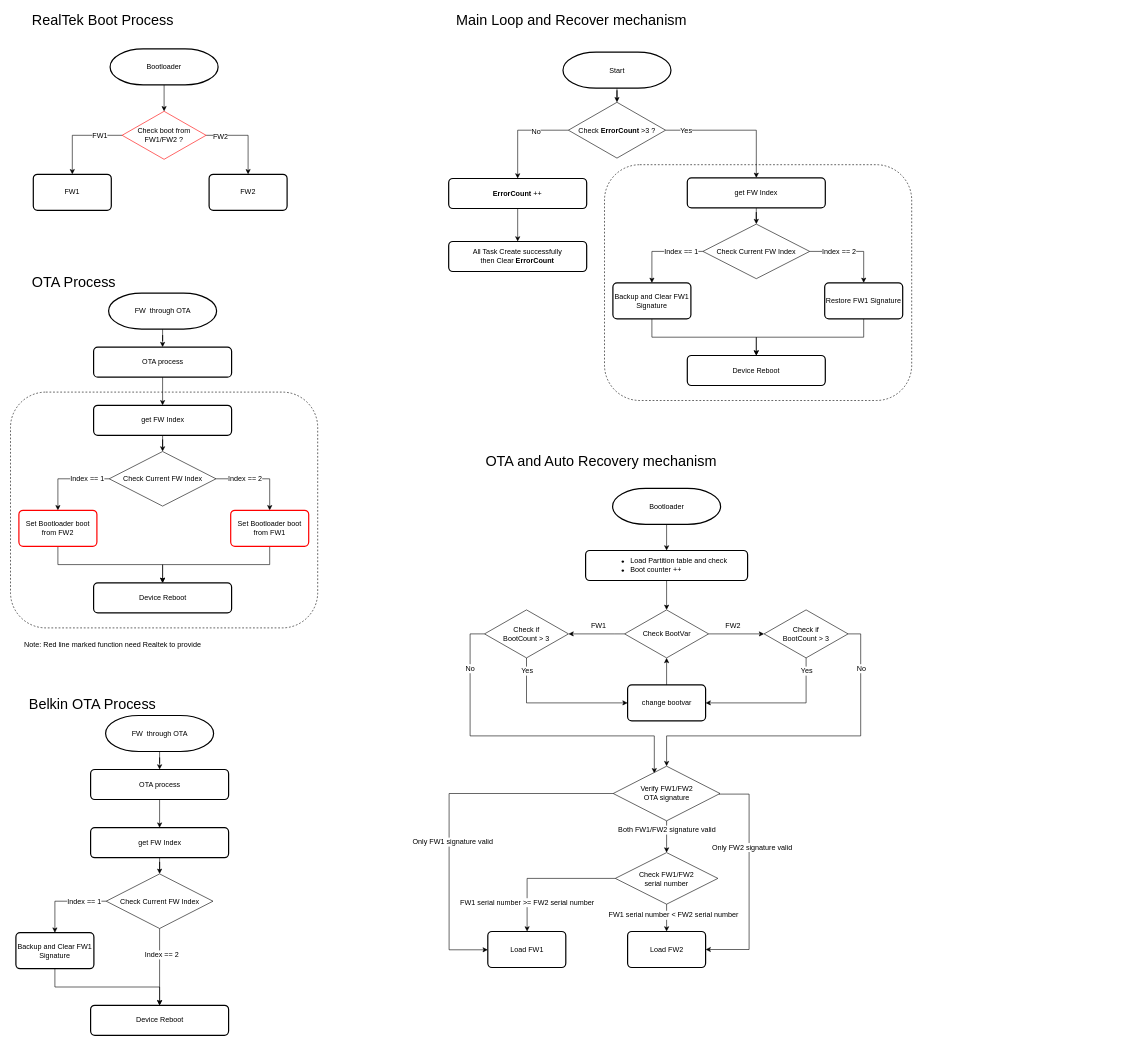
Above: AutoRecovery.drawio in starbuckslatte/starbuckslatte.github.io (draw.io), before the change. Source tidied: cells renumbered, new cells numbered last; positions are measured from the earlier drawing's top-left corner, leaving out a move shared by most shapes. Both pictures are drawn from the tidied source at 60%, with x=0, y=0 at pixel (10, 10).
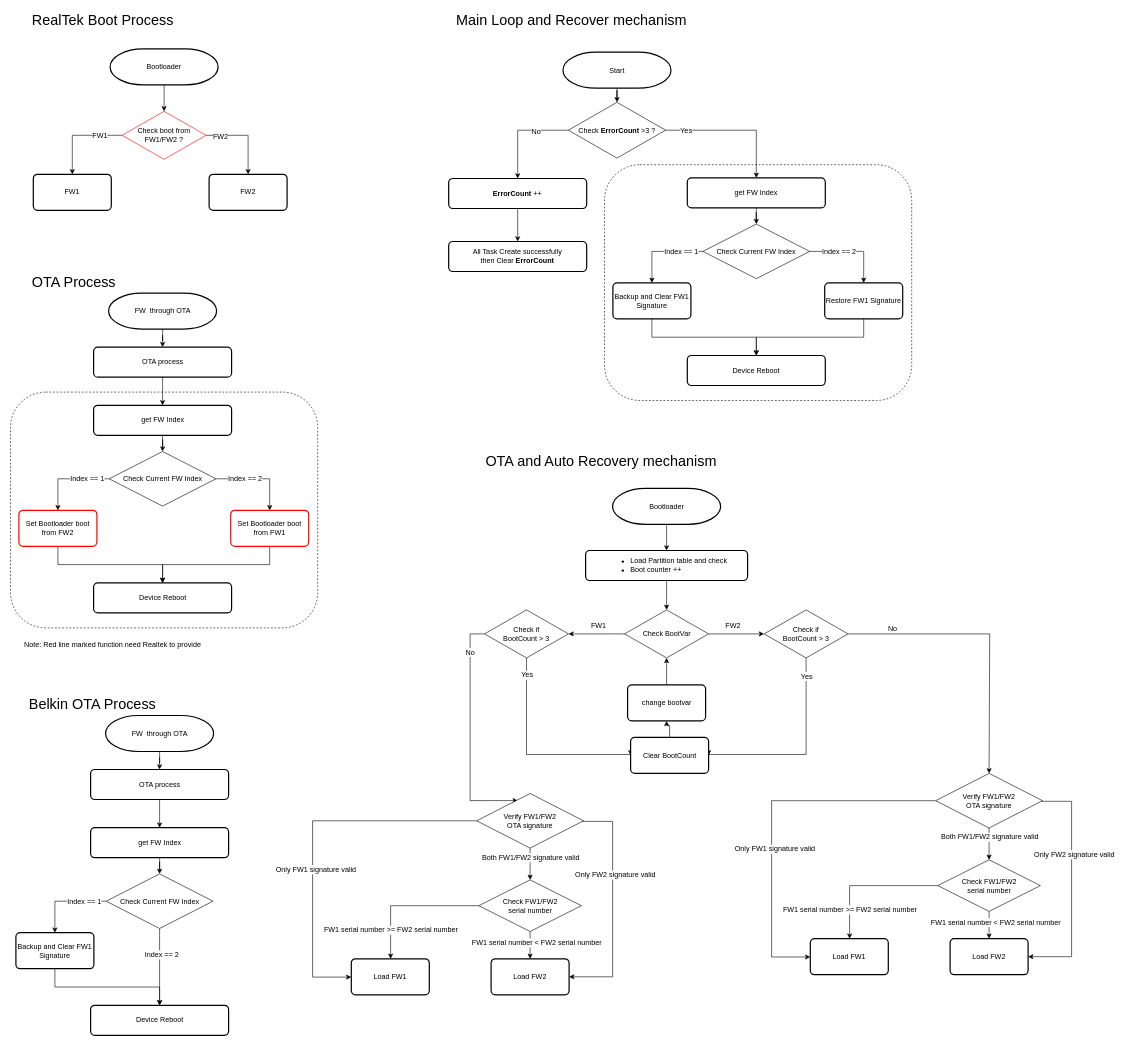
Above is the later version.

Unchanged cells that the change refers to:
```xml
<mxCell id="80" value="&lt;div&gt;Check if &lt;br&gt;&lt;/div&gt;&lt;div&gt;BootCount &amp;gt; 3&lt;br&gt;&lt;/div&gt;" style="rhombus;whiteSpace=wrap;html=1;strokeColor=#000000;" parent="1" vertex="1">
  <mxGeometry x="790" y="999" width="140" height="80" as="geometry" />
</mxCell>
<mxCell id="88" value="&lt;div&gt;Check if &lt;br&gt;&lt;/div&gt;&lt;div&gt;BootCount &amp;gt; 3&lt;br&gt;&lt;/div&gt;" style="rhombus;whiteSpace=wrap;html=1;strokeColor=#000000;" parent="1" vertex="1">
  <mxGeometry x="1256" y="999" width="140" height="80" as="geometry" />
</mxCell>
<mxCell id="106" value="change bootvar" style="rounded=1;whiteSpace=wrap;html=1;absoluteArcSize=1;arcSize=14;strokeWidth=2;strokeColor=#000000;flipV=0;" parent="1" vertex="1">
  <mxGeometry x="1028.5" y="1124" width="130" height="60" as="geometry" />
</mxCell>
```

Diff of the diagram source:
```diff
@@
-    <mxCell id="76" style="edgeStyle=orthogonalEdgeStyle;rounded=0;jettySize=auto;html=1;entryX=0;entryY=0.5;entryDx=0;entryDy=0;" parent="1" edge="1" source="80" target="106">
+    <mxCell id="76" style="edgeStyle=orthogonalEdgeStyle;rounded=0;jettySize=auto;html=1;entryX=0;entryY=0.5;entryDx=0;entryDy=0;" parent="1" edge="1" source="80" target="122">
       <mxGeometry relative="1" as="geometry">
         <Array as="points">
-          <mxPoint x="860" y="1154" />
+          <mxPoint x="860" y="1240" />
+          <mxPoint x="1033" y="1240" />
         </Array>
       </mxGeometry>
     </mxCell>
@@
     <mxCell id="78" style="edgeStyle=orthogonalEdgeStyle;rounded=0;jettySize=auto;html=1;entryX=0.385;entryY=0.13;entryDx=0;entryDy=0;entryPerimeter=0;" parent="1" edge="1" source="80" target="97">
       <mxGeometry relative="1" as="geometry">
         <Array as="points">
           <mxPoint x="766" y="1039" />
-          <mxPoint x="766" y="1209" />
-          <mxPoint x="1073" y="1209" />
+          <mxPoint x="766" y="1316" />
         </Array>
       </mxGeometry>
     </mxCell>
@@
-    <mxCell id="84" style="edgeStyle=orthogonalEdgeStyle;rounded=0;jettySize=auto;html=1;entryX=1;entryY=0.5;entryDx=0;entryDy=0;" parent="1" edge="1" source="88" target="106">
+    <mxCell id="84" style="edgeStyle=orthogonalEdgeStyle;rounded=0;jettySize=auto;html=1;entryX=1;entryY=0.5;entryDx=0;entryDy=0;" parent="1" edge="1" source="88" target="122">
       <mxGeometry relative="1" as="geometry">
         <Array as="points">
-          <mxPoint x="1326" y="1154" />
+          <mxPoint x="1326" y="1240" />
+          <mxPoint x="1164" y="1240" />
         </Array>
       </mxGeometry>
     </mxCell>
@@
-    <mxCell id="86" style="edgeStyle=orthogonalEdgeStyle;rounded=0;jettySize=auto;html=1;entryX=0.5;entryY=0;entryDx=0;entryDy=0;" parent="1" edge="1" source="88" target="97">
+    <mxCell id="86" style="edgeStyle=orthogonalEdgeStyle;rounded=0;jettySize=auto;html=1;entryX=0.5;entryY=0;entryDx=0;entryDy=0;" parent="1" edge="1" source="88" target="113">
       <mxGeometry relative="1" as="geometry">
         <Array as="points">
-          <mxPoint x="1417" y="1039" />
-          <mxPoint x="1417" y="1209" />
-          <mxPoint x="1094" y="1209" />
+          <mxPoint x="1632" y="1039" />
         </Array>
       </mxGeometry>
     </mxCell>
@@
     <mxCell id="91" value="Load FW1" style="rounded=1;whiteSpace=wrap;html=1;absoluteArcSize=1;arcSize=14;strokeWidth=2;strokeColor=#000000;" parent="1" vertex="1">
-      <mxGeometry x="795.5" y="1535" width="130" height="60" as="geometry" />
+      <mxGeometry x="568" y="1580.5" width="130" height="60" as="geometry" />
     </mxCell>
     <mxCell id="92" style="edgeStyle=orthogonalEdgeStyle;rounded=0;jettySize=auto;html=1;" parent="1" edge="1" source="97" target="91">
       <mxGeometry relative="1" as="geometry">
         <Array as="points">
-          <mxPoint x="731" y="1305.5" />
-          <mxPoint x="731" y="1565.5" />
+          <mxPoint x="503.5" y="1351" />
+          <mxPoint x="503.5" y="1611" />
         </Array>
       </mxGeometry>
     </mxCell>
@@
     <mxCell id="94" style="edgeStyle=orthogonalEdgeStyle;rounded=0;jettySize=auto;html=1;entryX=1;entryY=0.5;entryDx=0;entryDy=0;" parent="1" edge="1" source="97" target="101">
       <mxGeometry relative="1" as="geometry">
         <Array as="points">
-          <mxPoint x="1231" y="1306" />
-          <mxPoint x="1231" y="1565" />
+          <mxPoint x="1003.5" y="1351.5" />
+          <mxPoint x="1003.5" y="1610.5" />
         </Array>
       </mxGeometry>
     </mxCell>
@@
     <mxCell id="96" style="edgeStyle=orthogonalEdgeStyle;rounded=0;jettySize=auto;html=1;entryX=0.5;entryY=0;entryDx=0;entryDy=0;" parent="1" edge="1" source="97" target="100">
       <mxGeometry relative="1" as="geometry">
         <Array as="points">
-          <mxPoint x="1094" y="1393.5" />
+          <mxPoint x="866.5" y="1439" />
         </Array>
       </mxGeometry>
     </mxCell>
     <mxCell id="97" value="&lt;div&gt;Verify FW1/FW2&lt;/div&gt;&lt;div&gt;OTA signature&lt;br&gt;&lt;/div&gt;" style="rhombus;whiteSpace=wrap;html=1;flipV=0;" parent="1" vertex="1">
-      <mxGeometry x="1004.5" y="1259.5" width="178" height="91" as="geometry" />
+      <mxGeometry x="777" y="1305" width="178" height="91" as="geometry" />
     </mxCell>
     <mxCell id="98" style="edgeStyle=orthogonalEdgeStyle;rounded=0;jettySize=auto;html=1;" parent="1" edge="1" source="100" target="101">
       <mxGeometry relative="1" as="geometry">
         <Array as="points">
-          <mxPoint x="1094" y="1505.5" />
-          <mxPoint x="1094" y="1505.5" />
+          <mxPoint x="866.5" y="1551" />
+          <mxPoint x="866.5" y="1551" />
         </Array>
       </mxGeometry>
     </mxCell>
     <mxCell id="99" style="edgeStyle=orthogonalEdgeStyle;rounded=0;jettySize=auto;html=1;" parent="1" edge="1" source="100" target="91">
       <mxGeometry relative="1" as="geometry">
         <Array as="points">
-          <mxPoint x="861" y="1446.5" />
+          <mxPoint x="633.5" y="1492" />
         </Array>
       </mxGeometry>
     </mxCell>
     <mxCell id="100" value="&lt;div&gt;Check FW1/FW2&lt;/div&gt;&lt;div&gt;serial number&lt;br&gt;&lt;/div&gt;" style="rhombus;whiteSpace=wrap;html=1;strokeColor=#000000;flipV=0;" parent="1" vertex="1">
-      <mxGeometry x="1008" y="1403.5" width="171" height="86" as="geometry" />
+      <mxGeometry x="780.5" y="1449" width="171" height="86" as="geometry" />
     </mxCell>
     <mxCell id="101" value="Load FW2" style="rounded=1;whiteSpace=wrap;html=1;absoluteArcSize=1;arcSize=14;strokeWidth=2;strokeColor=#000000;flipV=0;" parent="1" vertex="1">
-      <mxGeometry x="1028.5" y="1535" width="130" height="60" as="geometry" />
+      <mxGeometry x="801" y="1580.5" width="130" height="60" as="geometry" />
     </mxCell>
     <mxCell id="102" value="Both FW1/FW2 signature valid" style="text;html=1;align=center;verticalAlign=middle;labelBackgroundColor=#ffffff;" parent="1" vertex="1">
-      <mxGeometry x="1093.5" y="1365.5" as="geometry" />
+      <mxGeometry x="866" y="1411" as="geometry" />
     </mxCell>
     <mxCell id="103" value="FW1 serial number &amp;lt; FW2 serial number" style="text;html=1;align=center;verticalAlign=middle;labelBackgroundColor=#ffffff;" parent="1" vertex="1">
-      <mxGeometry x="1104" y="1507.5" as="geometry" />
+      <mxGeometry x="876.5" y="1553" as="geometry" />
     </mxCell>
     <mxCell id="104" value="FW1 serial number &amp;gt;= FW2 serial number" style="text;html=1;align=center;verticalAlign=middle;labelBackgroundColor=#ffffff;" parent="1" vertex="1">
-      <mxGeometry x="860.5" y="1486.5" as="geometry" />
+      <mxGeometry x="633" y="1532" as="geometry" />
     </mxCell>
@@
+    <mxCell id="107" value="Load FW1" style="rounded=1;whiteSpace=wrap;html=1;absoluteArcSize=1;arcSize=14;strokeWidth=2;strokeColor=#000000;" parent="1" vertex="1">
+      <mxGeometry x="1333" y="1547" width="130" height="60" as="geometry" />
+    </mxCell>
+    <mxCell id="108" style="edgeStyle=orthogonalEdgeStyle;rounded=0;jettySize=auto;html=1;" parent="1" edge="1" source="113" target="107">
+      <mxGeometry relative="1" as="geometry">
+        <Array as="points">
+          <mxPoint x="1268.5" y="1317.5" />
+          <mxPoint x="1268.5" y="1577.5" />
+        </Array>
+      </mxGeometry>
+    </mxCell>
+    <mxCell id="109" value="Only FW1 signature valid" style="text;html=1;align=center;verticalAlign=middle;labelBackgroundColor=#ffffff;" parent="108" vertex="1">
+      <mxGeometry x="0.25" y="5" relative="1" as="geometry">
+        <mxPoint y="-20" as="offset" />
+      </mxGeometry>
+    </mxCell>
+    <mxCell id="110" style="edgeStyle=orthogonalEdgeStyle;rounded=0;jettySize=auto;html=1;entryX=1;entryY=0.5;entryDx=0;entryDy=0;" parent="1" edge="1" source="113" target="117">
+      <mxGeometry relative="1" as="geometry">
+        <Array as="points">
+          <mxPoint x="1768.5" y="1318" />
+          <mxPoint x="1768.5" y="1577" />
+        </Array>
+      </mxGeometry>
+    </mxCell>
+    <mxCell id="111" value="Only FW2 signature valid" style="text;html=1;align=center;verticalAlign=middle;labelBackgroundColor=#ffffff;" parent="110" vertex="1">
+      <mxGeometry x="-0.27" y="4" relative="1" as="geometry" />
+    </mxCell>
+    <mxCell id="112" style="edgeStyle=orthogonalEdgeStyle;rounded=0;jettySize=auto;html=1;entryX=0.5;entryY=0;entryDx=0;entryDy=0;" parent="1" edge="1" source="113" target="116">
+      <mxGeometry relative="1" as="geometry">
+        <Array as="points">
+          <mxPoint x="1631.5" y="1405.5" />
+        </Array>
+      </mxGeometry>
+    </mxCell>
+    <mxCell id="113" value="&lt;div&gt;Verify FW1/FW2&lt;/div&gt;&lt;div&gt;OTA signature&lt;br&gt;&lt;/div&gt;" style="rhombus;whiteSpace=wrap;html=1;flipV=0;" parent="1" vertex="1">
+      <mxGeometry x="1542" y="1271.5" width="178" height="91" as="geometry" />
+    </mxCell>
+    <mxCell id="114" style="edgeStyle=orthogonalEdgeStyle;rounded=0;jettySize=auto;html=1;" parent="1" edge="1" source="116" target="117">
+      <mxGeometry relative="1" as="geometry">
+        <Array as="points">
+          <mxPoint x="1631.5" y="1517.5" />
+          <mxPoint x="1631.5" y="1517.5" />
+        </Array>
+      </mxGeometry>
+    </mxCell>
+    <mxCell id="115" style="edgeStyle=orthogonalEdgeStyle;rounded=0;jettySize=auto;html=1;" parent="1" edge="1" source="116" target="107">
+      <mxGeometry relative="1" as="geometry">
+        <Array as="points">
+          <mxPoint x="1398.5" y="1458.5" />
+        </Array>
+      </mxGeometry>
+    </mxCell>
+    <mxCell id="116" value="&lt;div&gt;Check FW1/FW2&lt;/div&gt;&lt;div&gt;serial number&lt;br&gt;&lt;/div&gt;" style="rhombus;whiteSpace=wrap;html=1;strokeColor=#000000;flipV=0;" parent="1" vertex="1">
+      <mxGeometry x="1545.5" y="1415.5" width="171" height="86" as="geometry" />
+    </mxCell>
+    <mxCell id="117" value="Load FW2" style="rounded=1;whiteSpace=wrap;html=1;absoluteArcSize=1;arcSize=14;strokeWidth=2;strokeColor=#000000;flipV=0;" parent="1" vertex="1">
+      <mxGeometry x="1566" y="1547" width="130" height="60" as="geometry" />
+    </mxCell>
+    <mxCell id="118" value="Both FW1/FW2 signature valid" style="text;html=1;align=center;verticalAlign=middle;labelBackgroundColor=#ffffff;" parent="1" vertex="1">
+      <mxGeometry x="1631" y="1377.5" as="geometry" />
+    </mxCell>
+    <mxCell id="119" value="FW1 serial number &amp;lt; FW2 serial number" style="text;html=1;align=center;verticalAlign=middle;labelBackgroundColor=#ffffff;" parent="1" vertex="1">
+      <mxGeometry x="1641.5" y="1519.5" as="geometry" />
+    </mxCell>
+    <mxCell id="120" value="FW1 serial number &amp;gt;= FW2 serial number" style="text;html=1;align=center;verticalAlign=middle;labelBackgroundColor=#ffffff;" parent="1" vertex="1">
+      <mxGeometry x="1398" y="1498.5" as="geometry" />
+    </mxCell>
+    <mxCell id="121" style="edgeStyle=orthogonalEdgeStyle;rounded=0;jettySize=auto;html=1;" parent="1" edge="1" source="122" target="106">
+      <mxGeometry relative="1" as="geometry" />
+    </mxCell>
+    <mxCell id="122" value="Clear BootCount" style="rounded=1;whiteSpace=wrap;html=1;absoluteArcSize=1;arcSize=14;strokeWidth=2;strokeColor=#000000;flipV=0;" parent="1" vertex="1">
+      <mxGeometry x="1033.5" y="1211.5" width="130" height="60" as="geometry" />
+    </mxCell>
```
